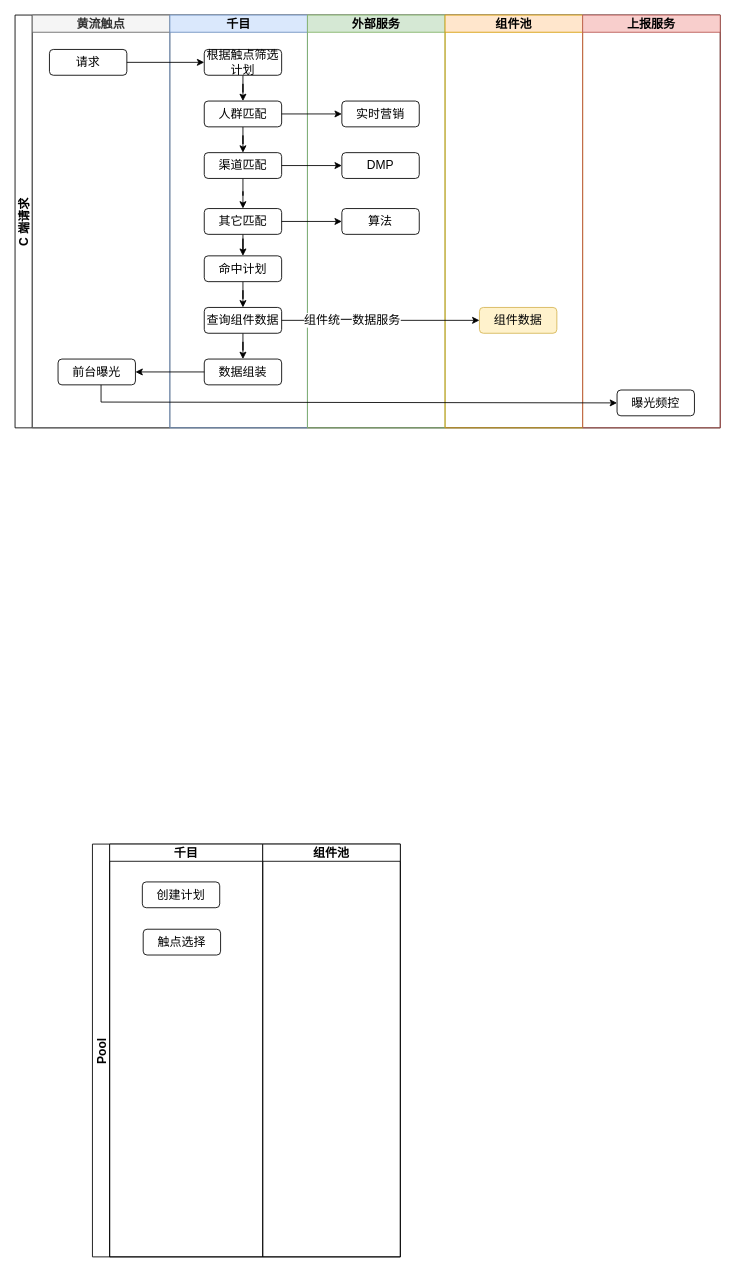
BlankKelly/diagrams keeps this draw.io diagram as 千目策略承接系统交互.drawio. Above is the earlier version. Source tidied: cells renumbered, new cells numbered last; positions are measured from the earlier drawing's top-left corner, leaving out a move shared by most shapes. Both pictures are drawn from the tidied source at 86%, with x=0, y=0 at pixel (15, 15).
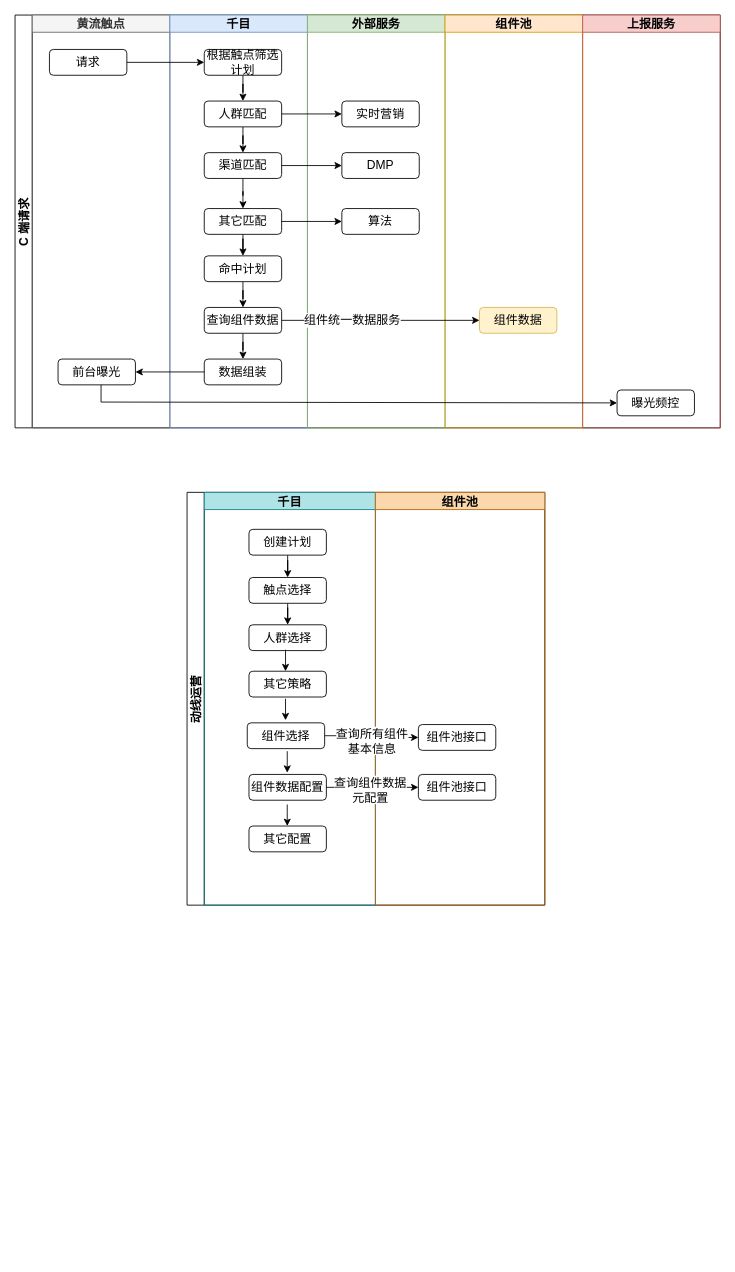
The same page after the edit.

Commit message (it also covers changes not shown here):
更新千目策略承接系统交互.drawio

The edit, as a diff of the source:
```diff
@@
-    <mxCell id="36" value="Pool" style="swimlane;startSize=20;horizontal=0;fontSize=14;" parent="1" vertex="1">
-      <mxGeometry x="90" y="964" width="358" height="480" as="geometry" />
+    <mxCell id="36" value="动线运营" style="swimlane;startSize=20;horizontal=0;fontSize=14;" parent="1" vertex="1">
+      <mxGeometry x="200" y="555" width="416" height="480" as="geometry" />
     </mxCell>
-    <mxCell id="37" value="千目" style="swimlane;startSize=20;fontSize=14;" parent="36" vertex="1">
-      <mxGeometry x="20" width="178" height="480" as="geometry" />
+    <mxCell id="37" value="千目" style="swimlane;startSize=20;fontSize=14;fillColor=#b0e3e6;strokeColor=#0e8088;" parent="36" vertex="1">
+      <mxGeometry x="20" width="199" height="480" as="geometry" />
     </mxCell>
+    <mxCell id="41" style="edgeStyle=orthogonalEdgeStyle;rounded=0;jettySize=auto;html=1;fontSize=14;entryX=0.5;entryY=0;entryDx=0;entryDy=0;" parent="37" edge="1" source="38" target="39">
+      <mxGeometry relative="1" as="geometry" />
+    </mxCell>
     <mxCell id="38" value="创建计划" style="rounded=1;whiteSpace=wrap;html=1;fontSize=14;" parent="37" vertex="1">
-      <mxGeometry x="38" y="44" width="90" height="30" as="geometry" />
+      <mxGeometry x="52" y="43" width="90" height="30" as="geometry" />
     </mxCell>
+    <mxCell id="42" style="edgeStyle=orthogonalEdgeStyle;rounded=0;jettySize=auto;html=1;fontSize=14;" parent="37" edge="1" source="39" target="43">
+      <mxGeometry relative="1" as="geometry" />
+    </mxCell>
     <mxCell id="39" value="触点选择" style="rounded=1;whiteSpace=wrap;html=1;fontSize=14;" parent="37" vertex="1">
-      <mxGeometry x="39" y="99" width="90" height="30" as="geometry" />
+      <mxGeometry x="52" y="99" width="90" height="30" as="geometry" />
     </mxCell>
+    <mxCell id="43" value="人群选择" style="rounded=1;whiteSpace=wrap;html=1;fontSize=14;" parent="37" vertex="1">
+      <mxGeometry x="52" y="154" width="90" height="30" as="geometry" />
+    </mxCell>
+    <mxCell id="44" value="其它策略" style="rounded=1;whiteSpace=wrap;html=1;fontSize=14;" parent="37" vertex="1">
+      <mxGeometry x="52" y="208" width="90" height="30" as="geometry" />
+    </mxCell>
+    <mxCell id="45" value="组件选择" style="rounded=1;whiteSpace=wrap;html=1;fontSize=14;" parent="37" vertex="1">
+      <mxGeometry x="50" y="268" width="90" height="30" as="geometry" />
+    </mxCell>
+    <mxCell id="46" value="组件数据配置" style="rounded=1;whiteSpace=wrap;html=1;fontSize=14;" parent="37" vertex="1">
+      <mxGeometry x="52" y="328" width="90" height="30" as="geometry" />
+    </mxCell>
+    <mxCell id="47" value="其它配置" style="rounded=1;whiteSpace=wrap;html=1;fontSize=14;" parent="37" vertex="1">
+      <mxGeometry x="52" y="388" width="90" height="30" as="geometry" />
+    </mxCell>
+    <mxCell id="48" style="edgeStyle=orthogonalEdgeStyle;rounded=0;orthogonalLoop=1;jettySize=auto;html=1;fontSize=14;" parent="37" edge="1">
+      <mxGeometry relative="1" as="geometry">
+        <mxPoint x="94.5" y="183" as="sourcePoint" />
+        <mxPoint x="94.5" y="208" as="targetPoint" />
+      </mxGeometry>
+    </mxCell>
+    <mxCell id="49" style="edgeStyle=orthogonalEdgeStyle;rounded=0;orthogonalLoop=1;jettySize=auto;html=1;fontSize=14;" parent="37" edge="1">
+      <mxGeometry relative="1" as="geometry">
+        <mxPoint x="94.5" y="240" as="sourcePoint" />
+        <mxPoint x="94.5" y="265" as="targetPoint" />
+      </mxGeometry>
+    </mxCell>
+    <mxCell id="50" style="edgeStyle=orthogonalEdgeStyle;rounded=0;orthogonalLoop=1;jettySize=auto;html=1;fontSize=14;" parent="37" edge="1">
+      <mxGeometry relative="1" as="geometry">
+        <mxPoint x="96.5" y="301" as="sourcePoint" />
+        <mxPoint x="96.5" y="326" as="targetPoint" />
+        <Array as="points">
+          <mxPoint x="96.5" y="310" />
+          <mxPoint x="96.5" y="310" />
+        </Array>
+      </mxGeometry>
+    </mxCell>
+    <mxCell id="51" style="edgeStyle=orthogonalEdgeStyle;rounded=0;orthogonalLoop=1;jettySize=auto;html=1;fontSize=14;" parent="37" edge="1">
+      <mxGeometry relative="1" as="geometry">
+        <mxPoint x="96.5" y="363" as="sourcePoint" />
+        <mxPoint x="96.5" y="388" as="targetPoint" />
+        <Array as="points">
+          <mxPoint x="96.5" y="372" />
+          <mxPoint x="96.5" y="372" />
+        </Array>
+      </mxGeometry>
+    </mxCell>
-    <mxCell id="40" value="组件池" style="swimlane;startSize=20;fontSize=14;" parent="36" vertex="1">
-      <mxGeometry x="198" width="160" height="480" as="geometry" />
+    <mxCell id="40" value="组件池" style="swimlane;startSize=20;fontSize=14;fillColor=#fad7ac;strokeColor=#b46504;" parent="36" vertex="1">
+      <mxGeometry x="219" width="197" height="480" as="geometry" />
     </mxCell>
+    <mxCell id="52" value="组件池接口" style="rounded=1;whiteSpace=wrap;html=1;fontSize=14;" parent="40" vertex="1">
+      <mxGeometry x="50" y="270" width="90" height="30" as="geometry" />
+    </mxCell>
+    <mxCell id="53" value="组件池接口" style="rounded=1;whiteSpace=wrap;html=1;fontSize=14;" parent="40" vertex="1">
+      <mxGeometry x="50" y="328" width="90" height="30" as="geometry" />
+    </mxCell>
+    <mxCell id="54" style="edgeStyle=orthogonalEdgeStyle;rounded=0;jettySize=auto;html=1;entryX=0;entryY=0.5;entryDx=0;entryDy=0;fontSize=14;" parent="36" edge="1" source="45" target="52">
+      <mxGeometry relative="1" as="geometry" />
+    </mxCell>
+    <mxCell id="55" value="查询所有组件&lt;br&gt;基本信息" style="edgeLabel;html=1;align=center;verticalAlign=middle;fontSize=14;" parent="54" vertex="1">
+      <mxGeometry x="0.1" y="-2" relative="1" as="geometry">
+        <mxPoint x="-5" y="1" as="offset" />
+      </mxGeometry>
+    </mxCell>
+    <mxCell id="56" style="edgeStyle=orthogonalEdgeStyle;rounded=0;jettySize=auto;html=1;entryX=0;entryY=0.5;entryDx=0;entryDy=0;fontSize=14;" parent="36" edge="1" source="46" target="53">
+      <mxGeometry relative="1" as="geometry" />
+    </mxCell>
+    <mxCell id="57" value="查询组件数据&lt;br&gt;元配置" style="edgeLabel;html=1;align=center;verticalAlign=middle;fontSize=14;" parent="56" vertex="1">
+      <mxGeometry x="-0.19" relative="1" as="geometry">
+        <mxPoint x="7" y="2" as="offset" />
+      </mxGeometry>
+    </mxCell>
```
